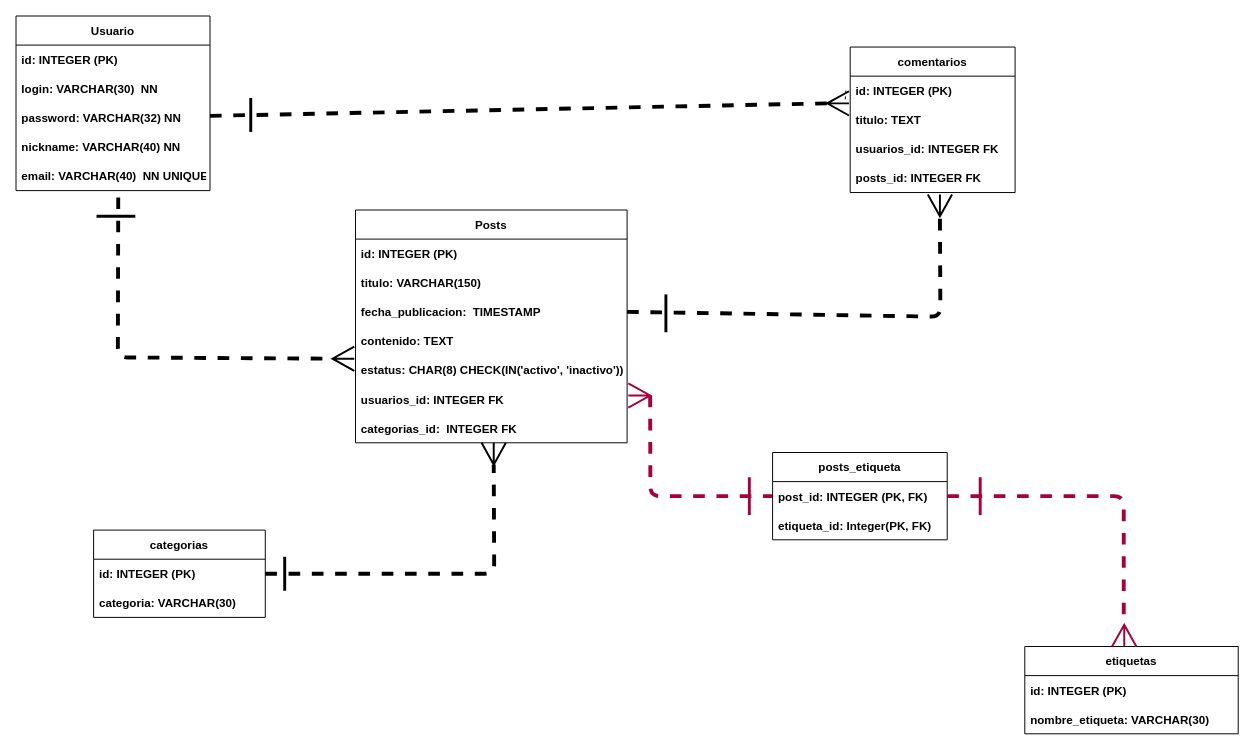
Mateodiaz401/dise-o-db-blogs keeps this draw.io diagram as page "Diagrama Fisico" (3 of 3) of diagramaER/tipos de datos.drawio. Above is the earlier version. Source tidied: cells renumbered, new cells numbered last; positions are measured from the earlier drawing's top-left corner, leaving out a move shared by most shapes. Both pictures are drawn from the tidied source at 97%, with x=0, y=0 at pixel (16, 16).
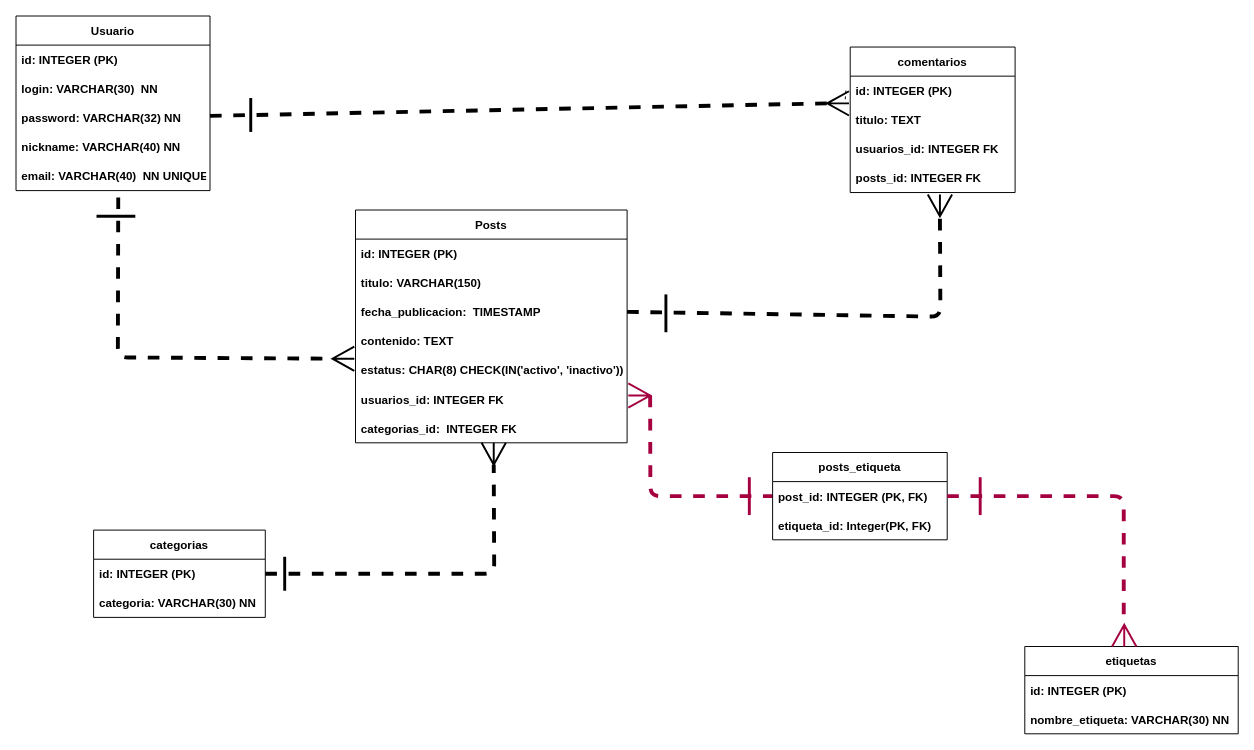
The same page after the edit.

Commit message:
add NN table catagory and etiquetas

Unchanged cells that the change refers to:
```xml
<mxCell id="21" value="categorias" style="swimlane;fontStyle=1;horizontal=1;startSize=30;" parent="1" vertex="1">
  <mxGeometry x="80" y="530" width="177" height="90" as="geometry" />
</mxCell>
<mxCell id="24" value="etiquetas" style="swimlane;fontStyle=1;horizontal=1;startSize=30;" parent="1" vertex="1">
  <mxGeometry x="1040" y="650" width="220" height="90" as="geometry" />
</mxCell>
```

What changed in the source:
```diff
@@
-    <mxCell id="23" value="categoria: VARCHAR(30)" style="text;strokeColor=none;fillColor=none;align=left;verticalAlign=middle;spacingLeft=4;spacingRight=4;overflow=hidden;fontStyle=1;" parent="21" vertex="1">
+    <mxCell id="23" value="categoria: VARCHAR(30) NN" style="text;strokeColor=none;fillColor=none;align=left;verticalAlign=middle;spacingLeft=4;spacingRight=4;overflow=hidden;fontStyle=1;" parent="21" vertex="1">
       <mxGeometry y="60" width="177" height="30" as="geometry" />
     </mxCell>
@@
-    <mxCell id="26" value="nombre_etiqueta: VARCHAR(30)" style="text;strokeColor=none;fillColor=none;align=left;verticalAlign=middle;spacingLeft=4;spacingRight=4;overflow=hidden;fontStyle=1;" parent="24" vertex="1">
+    <mxCell id="26" value="nombre_etiqueta: VARCHAR(30) NN" style="text;strokeColor=none;fillColor=none;align=left;verticalAlign=middle;spacingLeft=4;spacingRight=4;overflow=hidden;fontStyle=1;" parent="24" vertex="1">
       <mxGeometry y="60" width="220" height="30" as="geometry" />
     </mxCell>
```
